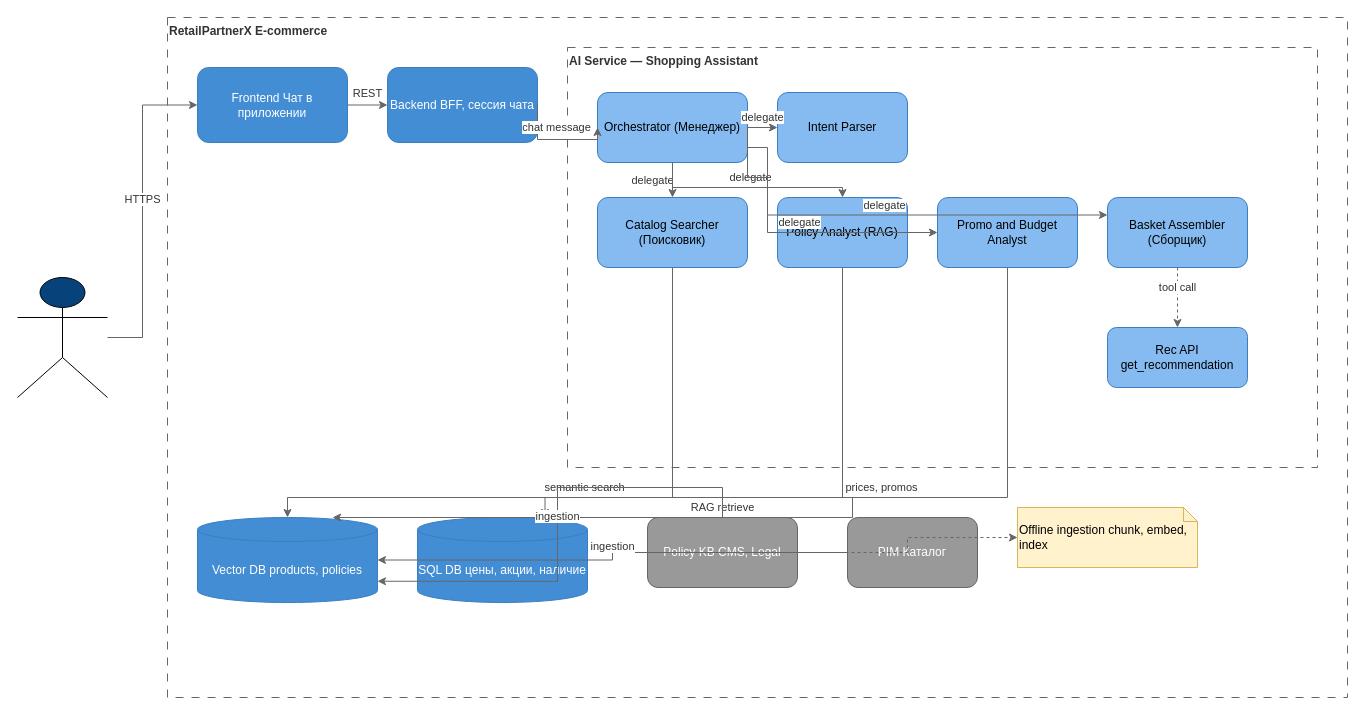
Before: hw-3/diagrams/multi-agent-architecture.drawio in YuesIt17/yuit-docs-ai-architect, a draw.io diagram. Source tidied: cells renumbered, new cells numbered last; positions are measured from the earlier drawing's top-left corner, leaving out a move shared by most shapes. Both pictures are drawn from the tidied source at 100%, with x=0, y=0 at pixel (17, 17).
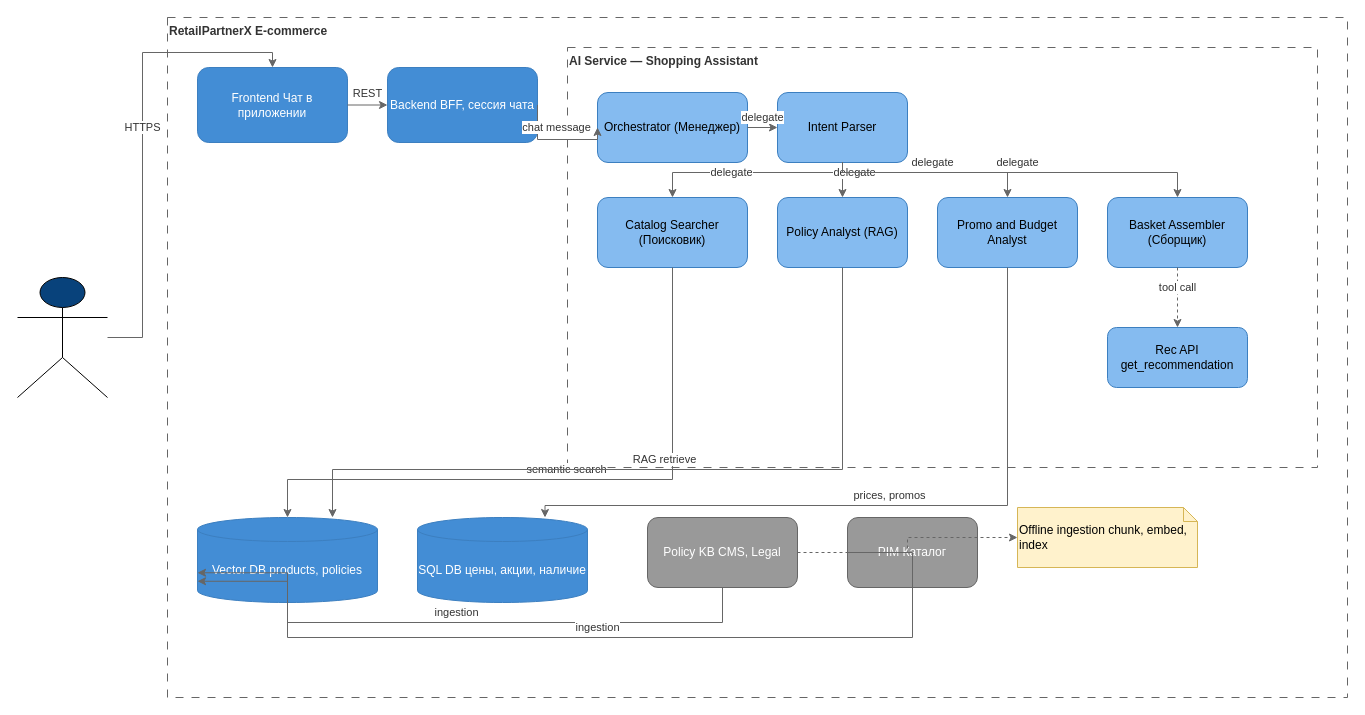
After the change.

The change refers to these unchanged cells:
```xml
<mxCell id="2" value="Покупатель" style="shape=umlActor;verticalLabelPosition=bottom;verticalAlign=top;html=1;outlineConnect=0;fillColor=#08427B;fontColor=#ffffff;" parent="1" vertex="1">
  <mxGeometry y="260" width="90" height="120" as="geometry" />
</mxCell>
<mxCell id="3" value="RetailPartnerX E-commerce" style="rounded=0;whiteSpace=wrap;html=1;dashed=1;dashPattern=8 8;fillColor=none;strokeColor=#666666;align=left;verticalAlign=top;fontStyle=1;fontColor=#333333;" parent="1" vertex="1">
  <mxGeometry x="150" width="1180" height="680" as="geometry" />
</mxCell>
<mxCell id="4" value="Frontend&amp;#10;Чат в приложении" style="rounded=1;whiteSpace=wrap;html=1;fillColor=#438DD5;strokeColor=#3C7FC0;fontColor=#ffffff;align=center;" parent="3" vertex="1">
  <mxGeometry x="30" y="50" width="150" height="75" as="geometry" />
</mxCell>
<mxCell id="6" value="AI Service — Shopping Assistant" style="rounded=0;whiteSpace=wrap;html=1;dashed=1;dashPattern=8 8;fillColor=none;strokeColor=#666666;align=left;verticalAlign=top;fontStyle=1;fontColor=#333333;" parent="3" vertex="1">
  <mxGeometry x="400" y="30" width="750" height="420" as="geometry" />
</mxCell>
<mxCell id="7" value="Orchestrator&amp;#10;(Менеджер)" style="rounded=1;whiteSpace=wrap;html=1;fillColor=#85BBF0;strokeColor=#3C7FC0;fontColor=#000000;align=center;" parent="6" vertex="1">
  <mxGeometry x="30" y="45" width="150" height="70" as="geometry" />
</mxCell>
<mxCell id="8" value="Intent Parser" style="rounded=1;whiteSpace=wrap;html=1;fillColor=#85BBF0;strokeColor=#3C7FC0;fontColor=#000000;align=center;" parent="6" vertex="1">
  <mxGeometry x="210" y="45" width="130" height="70" as="geometry" />
</mxCell>
<mxCell id="9" value="Catalog Searcher&amp;#10;(Поисковик)" style="rounded=1;whiteSpace=wrap;html=1;fillColor=#85BBF0;strokeColor=#3C7FC0;fontColor=#000000;align=center;" parent="6" vertex="1">
  <mxGeometry x="30" y="150" width="150" height="70" as="geometry" />
</mxCell>
<mxCell id="10" value="Policy Analyst&amp;#10;(RAG)" style="rounded=1;whiteSpace=wrap;html=1;fillColor=#85BBF0;strokeColor=#3C7FC0;fontColor=#000000;align=center;" parent="6" vertex="1">
  <mxGeometry x="210" y="150" width="130" height="70" as="geometry" />
</mxCell>
<mxCell id="11" value="Promo and Budget&amp;#10;Analyst" style="rounded=1;whiteSpace=wrap;html=1;fillColor=#85BBF0;strokeColor=#3C7FC0;fontColor=#000000;align=center;" parent="6" vertex="1">
  <mxGeometry x="370" y="150" width="140" height="70" as="geometry" />
</mxCell>
<mxCell id="12" value="Basket Assembler&amp;#10;(Сборщик)" style="rounded=1;whiteSpace=wrap;html=1;fillColor=#85BBF0;strokeColor=#3C7FC0;fontColor=#000000;align=center;" parent="6" vertex="1">
  <mxGeometry x="540" y="150" width="140" height="70" as="geometry" />
</mxCell>
<mxCell id="14" value="Vector DB&amp;#10;products, policies" style="shape=cylinder3;whiteSpace=wrap;html=1;boundedLbl=1;backgroundOutline=1;size=12;fillColor=#438DD5;strokeColor=#3C7FC0;fontColor=#ffffff;" parent="3" vertex="1">
  <mxGeometry x="30" y="500" width="180" height="85" as="geometry" />
</mxCell>
<mxCell id="15" value="SQL DB&amp;#10;цены, акции, наличие" style="shape=cylinder3;whiteSpace=wrap;html=1;boundedLbl=1;backgroundOutline=1;size=12;fillColor=#438DD5;strokeColor=#3C7FC0;fontColor=#ffffff;" parent="3" vertex="1">
  <mxGeometry x="250" y="500" width="170" height="85" as="geometry" />
</mxCell>
<mxCell id="16" value="Policy KB&amp;#10;CMS, Legal" style="rounded=1;whiteSpace=wrap;html=1;fillColor=#999999;strokeColor=#666666;fontColor=#ffffff;align=center;" parent="3" vertex="1">
  <mxGeometry x="480" y="500" width="150" height="70" as="geometry" />
</mxCell>
<mxCell id="17" value="PIM&amp;#10;Каталог" style="rounded=1;whiteSpace=wrap;html=1;fillColor=#999999;strokeColor=#666666;fontColor=#ffffff;align=center;" parent="3" vertex="1">
  <mxGeometry x="680" y="500" width="130" height="70" as="geometry" />
</mxCell>
```

Change to the diagram source:
```diff
@@
-    <mxCell id="19" value="HTTPS" style="edgeStyle=orthogonalEdgeStyle;rounded=0;jettySize=auto;html=1;strokeColor=#666666;fontColor=#333333;labelBackgroundColor=#ffffff;entryX=0;entryY=0.5;entryDx=0;entryDy=0;" parent="1" edge="1" source="2" target="4">
+    <mxCell id="19" value="HTTPS" style="edgeStyle=orthogonalEdgeStyle;rounded=0;jettySize=auto;html=1;strokeColor=#666666;fontColor=#333333;labelBackgroundColor=#ffffff;exitX=1;exitY=0.5;exitDx=0;exitDy=0;entryX=0.5;entryY=0;entryDx=0;entryDy=0;" parent="1" edge="1" source="2" target="4">
       <mxGeometry relative="1" as="geometry">
         <Array as="points">
           <mxPoint x="125" y="320" />
+          <mxPoint x="125" y="35" />
         </Array>
         <mxPoint y="-12" as="offset" />
       </mxGeometry>
     </mxCell>
@@
-    <mxCell id="23" value="delegate" style="edgeStyle=orthogonalEdgeStyle;rounded=0;jettySize=auto;html=1;strokeColor=#666666;fontColor=#333333;labelBackgroundColor=#ffffff;exitX=0.5;exitY=1;exitDx=0;exitDy=0;entryX=0.5;entryY=0;entryDx=0;entryDy=0;" parent="6" edge="1" source="7" target="9">
+    <mxCell id="23" value="delegate" style="edgeStyle=orthogonalEdgeStyle;rounded=0;jettySize=auto;html=1;strokeColor=#666666;fontColor=#333333;labelBackgroundColor=#ffffff;exitX=0.5;exitY=1;exitDx=0;exitDy=0;entryX=0.5;entryY=0;entryDx=0;entryDy=0;" parent="6" edge="1" source="8" target="9">
       <mxGeometry relative="1" as="geometry">
-        <mxPoint x="-20" as="offset" />
+        <Array as="points">
+          <mxPoint x="275" y="125" />
+          <mxPoint x="105" y="125" />
+        </Array>
+        <mxPoint x="-18" as="offset" />
       </mxGeometry>
     </mxCell>
-    <mxCell id="24" value="delegate" style="edgeStyle=orthogonalEdgeStyle;rounded=0;jettySize=auto;html=1;strokeColor=#666666;fontColor=#333333;labelBackgroundColor=#ffffff;exitX=0.5;exitY=1;exitDx=0;exitDy=0;entryX=0.5;entryY=0;entryDx=0;entryDy=0;" parent="6" edge="1" source="7" target="10">
+    <mxCell id="24" value="delegate" style="edgeStyle=orthogonalEdgeStyle;rounded=0;jettySize=auto;html=1;strokeColor=#666666;fontColor=#333333;labelBackgroundColor=#ffffff;exitX=0.5;exitY=1;exitDx=0;exitDy=0;entryX=0.5;entryY=0;entryDx=0;entryDy=0;" parent="6" edge="1" source="8" target="10">
       <mxGeometry relative="1" as="geometry">
         <Array as="points">
-          <mxPoint x="105" y="140" />
-          <mxPoint x="275" y="140" />
+          <mxPoint x="275" y="125" />
         </Array>
-        <mxPoint y="-10" as="offset" />
+        <mxPoint x="12" y="-8" as="offset" />
       </mxGeometry>
     </mxCell>
-    <mxCell id="25" value="delegate" style="edgeStyle=orthogonalEdgeStyle;rounded=0;jettySize=auto;html=1;strokeColor=#666666;fontColor=#333333;labelBackgroundColor=#ffffff;exitX=1;exitY=0.75;exitDx=0;exitDy=0;entryX=0;entryY=0.5;entryDx=0;entryDy=0;" parent="6" edge="1" source="7" target="11">
+    <mxCell id="25" value="delegate" style="edgeStyle=orthogonalEdgeStyle;rounded=0;jettySize=auto;html=1;strokeColor=#666666;fontColor=#333333;labelBackgroundColor=#ffffff;exitX=0.5;exitY=1;exitDx=0;exitDy=0;entryX=0.5;entryY=0;entryDx=0;entryDy=0;" parent="6" edge="1" source="8" target="11">
       <mxGeometry relative="1" as="geometry">
         <Array as="points">
-          <mxPoint x="200" y="130" />
+          <mxPoint x="275" y="125" />
+          <mxPoint x="440" y="125" />
         </Array>
         <mxPoint y="-10" as="offset" />
       </mxGeometry>
     </mxCell>
-    <mxCell id="26" value="delegate" style="edgeStyle=orthogonalEdgeStyle;rounded=0;jettySize=auto;html=1;strokeColor=#666666;fontColor=#333333;labelBackgroundColor=#ffffff;exitX=1;exitY=0.5;exitDx=0;exitDy=0;entryX=0;entryY=0.25;entryDx=0;entryDy=0;" parent="6" edge="1" source="7" target="12">
+    <mxCell id="26" value="delegate" style="edgeStyle=orthogonalEdgeStyle;rounded=0;jettySize=auto;html=1;strokeColor=#666666;fontColor=#333333;labelBackgroundColor=#ffffff;exitX=0.5;exitY=1;exitDx=0;exitDy=0;entryX=0.5;entryY=0;entryDx=0;entryDy=0;" parent="6" edge="1" source="8" target="12">
       <mxGeometry relative="1" as="geometry">
         <Array as="points">
-          <mxPoint x="200" y="100" />
+          <mxPoint x="275" y="125" />
+          <mxPoint x="610" y="125" />
         </Array>
         <mxPoint y="-10" as="offset" />
       </mxGeometry>
     </mxCell>
     <mxCell id="27" value="semantic search" style="edgeStyle=orthogonalEdgeStyle;rounded=0;jettySize=auto;html=1;strokeColor=#666666;fontColor=#333333;labelBackgroundColor=#ffffff;exitX=0.5;exitY=1;exitDx=0;exitDy=0;entryX=0.5;entryY=0;entryDx=0;entryDy=0;" parent="3" edge="1" source="9" target="14">
       <mxGeometry relative="1" as="geometry">
         <Array as="points">
-          <mxPoint x="505" y="480" />
+          <mxPoint x="505" y="462" />
+          <mxPoint x="120" y="462" />
         </Array>
         <mxPoint y="-10" as="offset" />
       </mxGeometry>
     </mxCell>
     <mxCell id="28" value="RAG retrieve" style="edgeStyle=orthogonalEdgeStyle;rounded=0;jettySize=auto;html=1;strokeColor=#666666;fontColor=#333333;labelBackgroundColor=#ffffff;exitX=0.5;exitY=1;exitDx=0;exitDy=0;entryX=0.75;entryY=0;entryDx=0;entryDy=0;" parent="3" edge="1" source="10" target="14">
       <mxGeometry relative="1" as="geometry">
         <Array as="points">
-          <mxPoint x="685" y="480" />
+          <mxPoint x="675" y="452" />
+          <mxPoint x="165" y="452" />
         </Array>
         <mxPoint y="-10" as="offset" />
       </mxGeometry>
     </mxCell>
     <mxCell id="29" value="prices, promos" style="edgeStyle=orthogonalEdgeStyle;rounded=0;jettySize=auto;html=1;strokeColor=#666666;fontColor=#333333;labelBackgroundColor=#ffffff;exitX=0.5;exitY=1;exitDx=0;exitDy=0;entryX=0.75;entryY=0;entryDx=0;entryDy=0;" parent="3" edge="1" source="11" target="15">
       <mxGeometry relative="1" as="geometry">
         <Array as="points">
-          <mxPoint x="840" y="480" />
+          <mxPoint x="840" y="488" />
+          <mxPoint x="377" y="488" />
         </Array>
         <mxPoint y="-10" as="offset" />
       </mxGeometry>
     </mxCell>
@@
-    <mxCell id="31" value="ingestion" style="edgeStyle=orthogonalEdgeStyle;rounded=0;jettySize=auto;html=1;strokeColor=#666666;fontColor=#333333;labelBackgroundColor=#ffffff;exitX=0.5;exitY=0;exitDx=0;exitDy=0;entryX=1;entryY=0.75;entryDx=0;entryDy=0;" parent="3" edge="1" source="16" target="14">
+    <mxCell id="31" value="ingestion" style="edgeStyle=orthogonalEdgeStyle;rounded=0;jettySize=auto;html=1;strokeColor=#666666;fontColor=#333333;labelBackgroundColor=#ffffff;exitX=0.5;exitY=1;exitDx=0;exitDy=0;entryX=0;entryY=0.75;entryDx=0;entryDy=0;" parent="3" edge="1" source="16" target="14">
       <mxGeometry relative="1" as="geometry">
         <Array as="points">
-          <mxPoint x="555" y="470" />
-          <mxPoint x="390" y="470" />
+          <mxPoint x="555" y="605" />
+          <mxPoint x="120" y="605" />
         </Array>
         <mxPoint y="-10" as="offset" />
       </mxGeometry>
     </mxCell>
-    <mxCell id="32" value="ingestion" style="edgeStyle=orthogonalEdgeStyle;rounded=0;jettySize=auto;html=1;strokeColor=#666666;fontColor=#333333;labelBackgroundColor=#ffffff;exitX=0;exitY=0.5;exitDx=0;exitDy=0;entryX=1;entryY=0.5;entryDx=0;entryDy=0;" parent="3" edge="1" source="17" target="14">
+    <mxCell id="32" value="ingestion" style="edgeStyle=orthogonalEdgeStyle;rounded=0;jettySize=auto;html=1;strokeColor=#666666;fontColor=#333333;labelBackgroundColor=#ffffff;exitX=0;exitY=0.5;exitDx=0;exitDy=0;entryX=0;entryY=0.65;entryDx=0;entryDy=0;" parent="3" edge="1" source="17" target="14">
       <mxGeometry relative="1" as="geometry">
+        <Array as="points">
+          <mxPoint x="745" y="535" />
+          <mxPoint x="745" y="620" />
+          <mxPoint x="120" y="620" />
+        </Array>
         <mxPoint y="-10" as="offset" />
       </mxGeometry>
     </mxCell>
```
